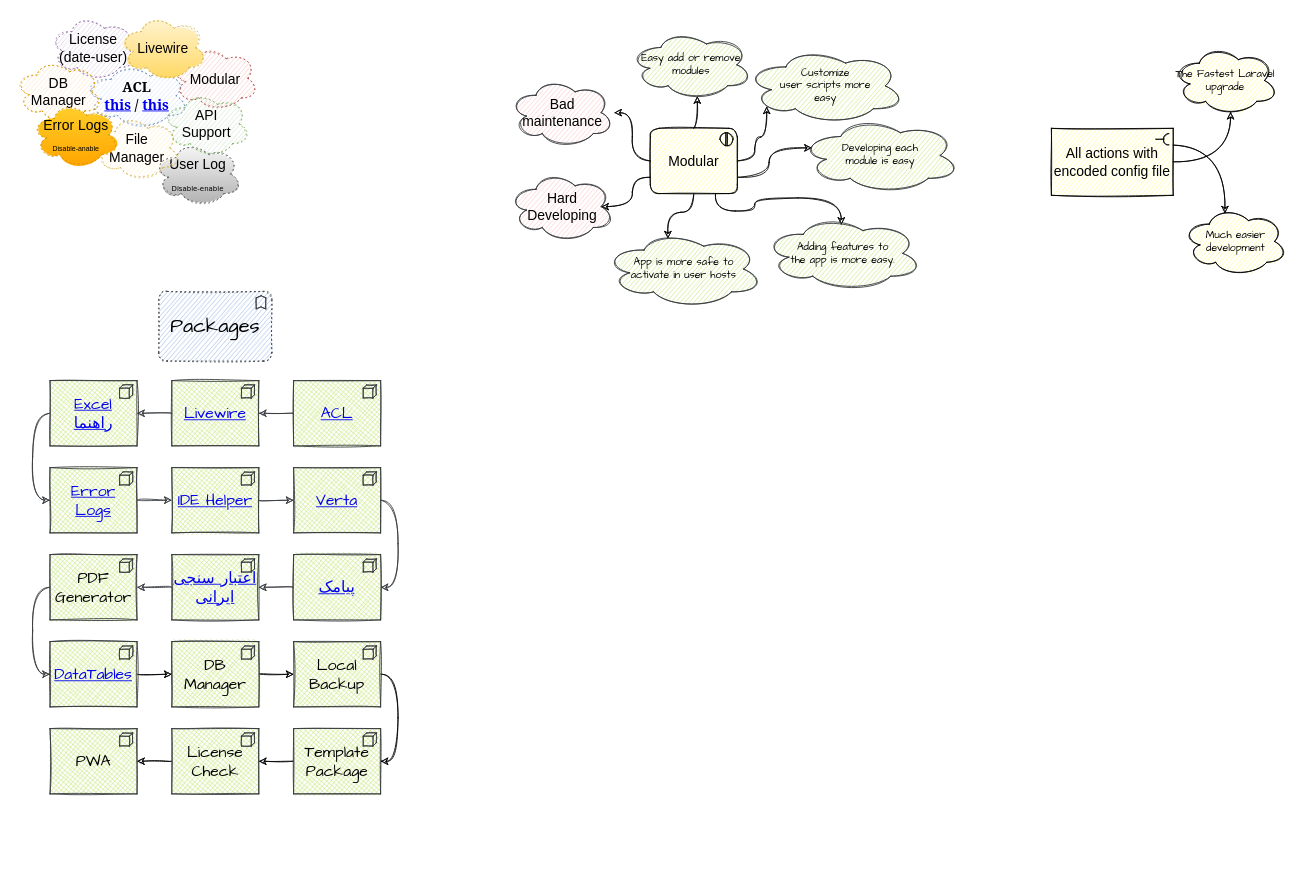
Above: page "New App Requirments" (1 of 3) of FishHoghoghy.drawio in masoodvahid/flowcharts (draw.io), before the change. Source tidied: cells renumbered, new cells numbered last; positions are measured from the earlier drawing's top-left corner, leaving out a move shared by most shapes. Both pictures are drawn from the tidied source at 87%, with x=0, y=0 at pixel (15, 15).
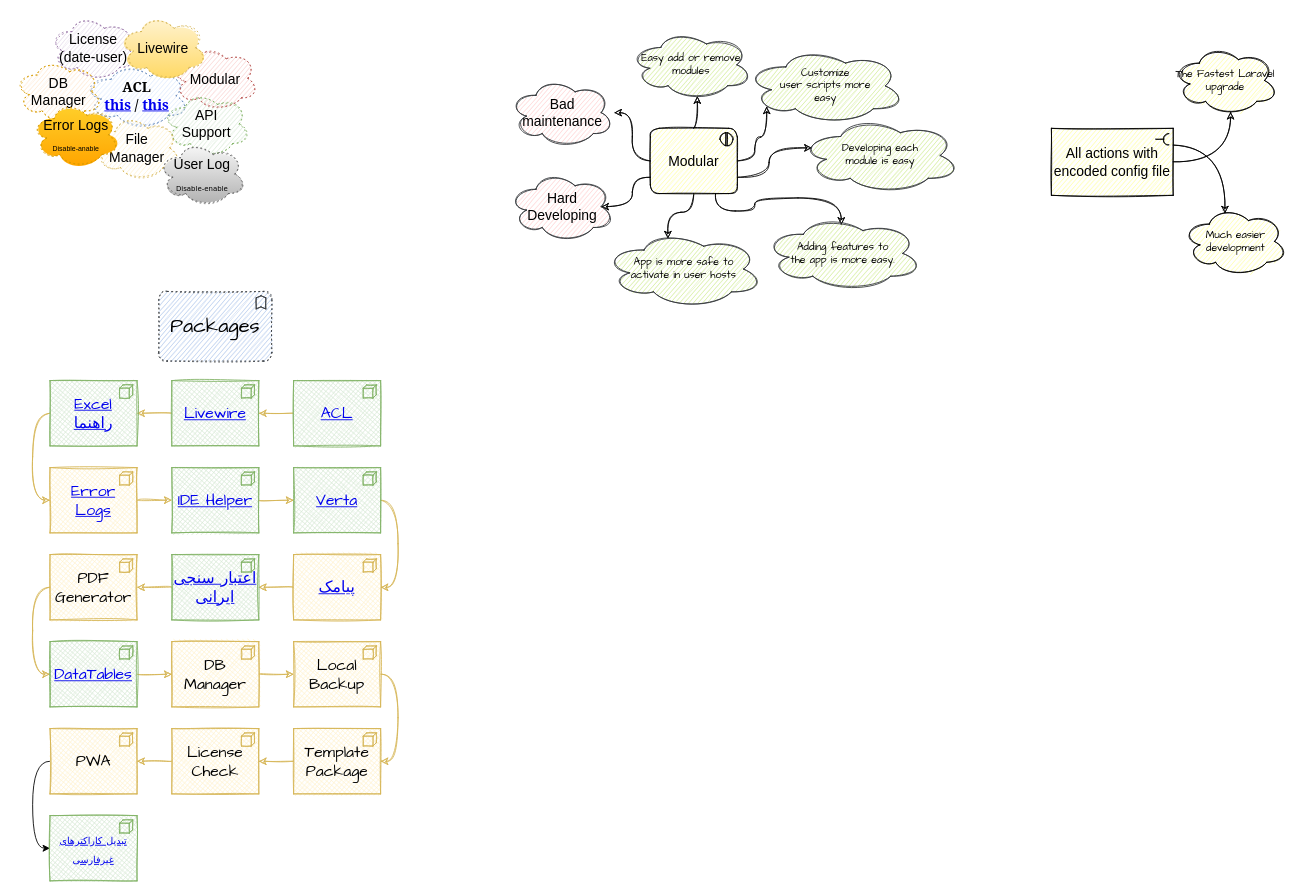
After the change.

Diff of the diagram source:
```diff
@@
-    <mxCell id="5" value="User Log&lt;sub&gt;&lt;font face=&quot;Verdana&quot;&gt; &lt;/font&gt;&lt;/sub&gt;&lt;font style=&quot;font-size: 8px&quot; face=&quot;Verdana&quot;&gt;&lt;sub&gt;&lt;font style=&quot;font-size: 8px&quot;&gt;Disable-enable&lt;/font&gt;&lt;/sub&gt;&lt;/font&gt;" style="fillColor=#f5f5f5;whiteSpace=wrap;shape=cloud;html=1;strokeColor=#666666;fontSize=16;gradientColor=#b3b3b3;sketch=1;dashed=1;dashPattern=1 4;" parent="1" vertex="1">
-      <mxGeometry x="160" y="145" width="100" height="75" as="geometry" />
-    </mxCell>
@@
-    <mxCell id="31" style="edgeStyle=orthogonalEdgeStyle;curved=1;sketch=1;jettySize=auto;html=1;fontFamily=Comic Sans MS;fontSize=18;fillColor=#cdeb8b;strokeColor=#36393d;" parent="1" edge="1" source="32" target="34">
+    <mxCell id="31" style="edgeStyle=orthogonalEdgeStyle;curved=1;sketch=1;jettySize=auto;html=1;fontFamily=Comic Sans MS;fontSize=18;fillColor=#fff2cc;strokeColor=#d6b656;" parent="1" edge="1" source="32" target="34">
       <mxGeometry relative="1" as="geometry" />
     </mxCell>
-    <mxCell id="32" value="&lt;a href=&quot;https://github.com/spatie/laravel-permission&quot;&gt;ACL&lt;/a&gt;" style="html=1;outlineConnect=0;whiteSpace=wrap;shape=mxgraph.archimate.application;appType=node;sketch=1;fontFamily=Comic Sans MS;fontSize=18;labelBorderColor=none;fillStyle=cross-hatch;fillColor=#cdeb8b;strokeColor=#36393d;" parent="1" vertex="1">
+    <mxCell id="32" value="&lt;a href=&quot;https://github.com/spatie/laravel-permission&quot;&gt;ACL&lt;/a&gt;" style="html=1;outlineConnect=0;whiteSpace=wrap;shape=mxgraph.archimate.application;appType=node;sketch=1;fontFamily=Comic Sans MS;fontSize=18;labelBorderColor=none;fillStyle=cross-hatch;fillColor=#d5e8d4;strokeColor=#82b366;" parent="1" vertex="1">
       <mxGeometry x="320" y="420" width="100" height="75" as="geometry" />
     </mxCell>
-    <mxCell id="33" style="edgeStyle=orthogonalEdgeStyle;curved=1;sketch=1;jettySize=auto;html=1;fontFamily=Comic Sans MS;fontSize=18;fillColor=#cdeb8b;strokeColor=#36393d;" parent="1" edge="1" source="34" target="38">
+    <mxCell id="33" style="edgeStyle=orthogonalEdgeStyle;curved=1;sketch=1;jettySize=auto;html=1;fontFamily=Comic Sans MS;fontSize=18;fillColor=#fff2cc;strokeColor=#d6b656;" parent="1" edge="1" source="34" target="38">
       <mxGeometry relative="1" as="geometry" />
     </mxCell>
-    <mxCell id="34" value="&lt;a href=&quot;https://github.com/livewire/livewire&quot;&gt;Livewire&lt;/a&gt;" style="html=1;outlineConnect=0;whiteSpace=wrap;shape=mxgraph.archimate.application;appType=node;sketch=1;fontFamily=Comic Sans MS;fontSize=18;labelBorderColor=none;fillStyle=cross-hatch;fillColor=#cdeb8b;strokeColor=#36393d;" parent="1" vertex="1">
+    <mxCell id="34" value="&lt;a href=&quot;https://github.com/livewire/livewire&quot;&gt;Livewire&lt;/a&gt;" style="html=1;outlineConnect=0;whiteSpace=wrap;shape=mxgraph.archimate.application;appType=node;sketch=1;fontFamily=Comic Sans MS;fontSize=18;labelBorderColor=none;fillStyle=cross-hatch;fillColor=#d5e8d4;strokeColor=#82b366;" parent="1" vertex="1">
       <mxGeometry x="180" y="420" width="100" height="75" as="geometry" />
     </mxCell>
-    <mxCell id="35" style="edgeStyle=orthogonalEdgeStyle;curved=1;sketch=1;jettySize=auto;html=1;fontFamily=Comic Sans MS;fontSize=18;fillColor=#cdeb8b;strokeColor=#36393d;" parent="1" edge="1" source="36" target="40">
+    <mxCell id="35" style="edgeStyle=orthogonalEdgeStyle;curved=1;sketch=1;jettySize=auto;html=1;fontFamily=Comic Sans MS;fontSize=18;fillColor=#fff2cc;strokeColor=#d6b656;" parent="1" edge="1" source="36" target="40">
       <mxGeometry relative="1" as="geometry" />
     </mxCell>
-    <mxCell id="36" value="&lt;a href=&quot;https://laravelarticle.com/laravel-log-reader&quot;&gt;Error Logs&lt;/a&gt;" style="html=1;outlineConnect=0;whiteSpace=wrap;shape=mxgraph.archimate.application;appType=node;sketch=1;fontFamily=Comic Sans MS;fontSize=18;labelBorderColor=none;fillStyle=cross-hatch;fillColor=#cdeb8b;strokeColor=#36393d;" parent="1" vertex="1">
+    <mxCell id="36" value="&lt;a href=&quot;https://laravelarticle.com/laravel-log-reader&quot;&gt;Error Logs&lt;/a&gt;" style="html=1;outlineConnect=0;whiteSpace=wrap;shape=mxgraph.archimate.application;appType=node;sketch=1;fontFamily=Comic Sans MS;fontSize=18;labelBorderColor=none;fillStyle=cross-hatch;fillColor=#fff2cc;strokeColor=#d6b656;" parent="1" vertex="1">
       <mxGeometry x="40" y="520" width="100" height="75" as="geometry" />
     </mxCell>
-    <mxCell id="37" style="edgeStyle=orthogonalEdgeStyle;curved=1;sketch=1;jettySize=auto;html=1;exitX=0;exitY=0.5;exitDx=0;exitDy=0;exitPerimeter=0;entryX=0;entryY=0.5;entryDx=0;entryDy=0;entryPerimeter=0;fontFamily=Comic Sans MS;fontSize=18;fillColor=#cdeb8b;strokeColor=#36393d;" parent="1" edge="1" source="38" target="36">
+    <mxCell id="37" style="edgeStyle=orthogonalEdgeStyle;curved=1;sketch=1;jettySize=auto;html=1;exitX=0;exitY=0.5;exitDx=0;exitDy=0;exitPerimeter=0;entryX=0;entryY=0.5;entryDx=0;entryDy=0;entryPerimeter=0;fontFamily=Comic Sans MS;fontSize=18;fillColor=#fff2cc;strokeColor=#d6b656;" parent="1" edge="1" source="38" target="36">
       <mxGeometry relative="1" as="geometry" />
     </mxCell>
-    <mxCell id="38" value="&lt;a href=&quot;https://github.com/Maatwebsite/Laravel-Excel&quot;&gt;Excel&lt;br&gt;&lt;/a&gt;&lt;a href=&quot;https://7learn.com/programming/import-and-export-excel-and-csv-in-laravel&quot;&gt;راهنما&lt;/a&gt;&lt;br&gt;&lt;a href=&quot;https://github.com/Maatwebsite/Laravel-Excel&quot;&gt;&lt;/a&gt;" style="html=1;outlineConnect=0;whiteSpace=wrap;shape=mxgraph.archimate.application;appType=node;sketch=1;fontFamily=Comic Sans MS;fontSize=18;labelBorderColor=none;fillStyle=cross-hatch;fillColor=#cdeb8b;strokeColor=#36393d;" parent="1" vertex="1">
+    <mxCell id="38" value="&lt;a href=&quot;https://github.com/Maatwebsite/Laravel-Excel&quot;&gt;Excel&lt;br&gt;&lt;/a&gt;&lt;a href=&quot;https://7learn.com/programming/import-and-export-excel-and-csv-in-laravel&quot;&gt;راهنما&lt;/a&gt;&lt;br&gt;&lt;a href=&quot;https://github.com/Maatwebsite/Laravel-Excel&quot;&gt;&lt;/a&gt;" style="html=1;outlineConnect=0;whiteSpace=wrap;shape=mxgraph.archimate.application;appType=node;sketch=1;fontFamily=Comic Sans MS;fontSize=18;labelBorderColor=none;fillStyle=cross-hatch;fillColor=#d5e8d4;strokeColor=#82b366;" parent="1" vertex="1">
       <mxGeometry x="40" y="420" width="100" height="75" as="geometry" />
     </mxCell>
-    <mxCell id="39" style="edgeStyle=orthogonalEdgeStyle;curved=1;sketch=1;jettySize=auto;html=1;fontFamily=Comic Sans MS;fontSize=18;fillColor=#cdeb8b;strokeColor=#36393d;" parent="1" edge="1" source="40" target="42">
+    <mxCell id="39" style="edgeStyle=orthogonalEdgeStyle;curved=1;sketch=1;jettySize=auto;html=1;fontFamily=Comic Sans MS;fontSize=18;fillColor=#fff2cc;strokeColor=#d6b656;" parent="1" edge="1" source="40" target="42">
       <mxGeometry relative="1" as="geometry" />
     </mxCell>
-    <mxCell id="40" value="&lt;a href=&quot;https://github.com/barryvdh/laravel-ide-helper&quot;&gt;IDE Helper&lt;/a&gt;" style="html=1;outlineConnect=0;whiteSpace=wrap;shape=mxgraph.archimate.application;appType=node;sketch=1;fontFamily=Comic Sans MS;fontSize=18;labelBorderColor=none;fillStyle=cross-hatch;fillColor=#cdeb8b;strokeColor=#36393d;" parent="1" vertex="1">
+    <mxCell id="40" value="&lt;a href=&quot;https://github.com/barryvdh/laravel-ide-helper&quot;&gt;IDE Helper&lt;/a&gt;" style="html=1;outlineConnect=0;whiteSpace=wrap;shape=mxgraph.archimate.application;appType=node;sketch=1;fontFamily=Comic Sans MS;fontSize=18;labelBorderColor=none;fillStyle=cross-hatch;fillColor=#d5e8d4;strokeColor=#82b366;" parent="1" vertex="1">
       <mxGeometry x="180" y="520" width="100" height="75" as="geometry" />
     </mxCell>
-    <mxCell id="41" style="edgeStyle=orthogonalEdgeStyle;curved=1;sketch=1;jettySize=auto;html=1;exitX=1;exitY=0.5;exitDx=0;exitDy=0;exitPerimeter=0;entryX=1;entryY=0.5;entryDx=0;entryDy=0;entryPerimeter=0;fontFamily=Comic Sans MS;fontSize=18;fillColor=#cdeb8b;strokeColor=#36393d;" parent="1" edge="1" source="42" target="44">
+    <mxCell id="41" style="edgeStyle=orthogonalEdgeStyle;curved=1;sketch=1;jettySize=auto;html=1;exitX=1;exitY=0.5;exitDx=0;exitDy=0;exitPerimeter=0;entryX=1;entryY=0.5;entryDx=0;entryDy=0;entryPerimeter=0;fontFamily=Comic Sans MS;fontSize=18;fillColor=#fff2cc;strokeColor=#d6b656;" parent="1" edge="1" source="42" target="44">
       <mxGeometry relative="1" as="geometry" />
     </mxCell>
-    <mxCell id="42" value="&lt;a href=&quot;https://github.com/hekmatinasser/verta&quot;&gt;Verta&lt;/a&gt;" style="html=1;outlineConnect=0;whiteSpace=wrap;shape=mxgraph.archimate.application;appType=node;sketch=1;fontFamily=Comic Sans MS;fontSize=18;labelBorderColor=none;fillStyle=cross-hatch;fillColor=#cdeb8b;strokeColor=#36393d;" parent="1" vertex="1">
+    <mxCell id="42" value="&lt;a href=&quot;https://github.com/hekmatinasser/verta&quot;&gt;Verta&lt;/a&gt;" style="html=1;outlineConnect=0;whiteSpace=wrap;shape=mxgraph.archimate.application;appType=node;sketch=1;fontFamily=Comic Sans MS;fontSize=18;labelBorderColor=none;fillStyle=cross-hatch;fillColor=#d5e8d4;strokeColor=#82b366;" parent="1" vertex="1">
       <mxGeometry x="320" y="520" width="100" height="75" as="geometry" />
     </mxCell>
-    <mxCell id="43" style="edgeStyle=orthogonalEdgeStyle;curved=1;sketch=1;jettySize=auto;html=1;fontFamily=Comic Sans MS;fontSize=18;fillColor=#cdeb8b;strokeColor=#36393d;" parent="1" edge="1" source="44" target="46">
+    <mxCell id="43" style="edgeStyle=orthogonalEdgeStyle;curved=1;sketch=1;jettySize=auto;html=1;fontFamily=Comic Sans MS;fontSize=18;fillColor=#fff2cc;strokeColor=#d6b656;" parent="1" edge="1" source="44" target="46">
       <mxGeometry relative="1" as="geometry" />
     </mxCell>
-    <mxCell id="44" value="&lt;a href=&quot;https://raygansms.com/blog/post/266/%D9%86%D9%85%D9%88%D9%86%D9%87-%DA%A9%D8%AF-%D8%A7%D8%B1%D8%B3%D8%A7%D9%84-%D9%BE%DB%8C%D8%A7%D9%85%DA%A9-%D8%A8%D8%A7-laravel-(%D9%88%DB%8C%D8%AF%DB%8C%D9%88)&quot;&gt;پیامک&lt;/a&gt;" style="html=1;outlineConnect=0;whiteSpace=wrap;shape=mxgraph.archimate.application;appType=node;sketch=1;fontFamily=Comic Sans MS;fontSize=18;labelBorderColor=none;fillStyle=cross-hatch;fillColor=#cdeb8b;strokeColor=#36393d;" parent="1" vertex="1">
+    <mxCell id="44" value="&lt;a href=&quot;https://raygansms.com/blog/post/266/%D9%86%D9%85%D9%88%D9%86%D9%87-%DA%A9%D8%AF-%D8%A7%D8%B1%D8%B3%D8%A7%D9%84-%D9%BE%DB%8C%D8%A7%D9%85%DA%A9-%D8%A8%D8%A7-laravel-(%D9%88%DB%8C%D8%AF%DB%8C%D9%88)&quot;&gt;پیامک&lt;/a&gt;" style="html=1;outlineConnect=0;whiteSpace=wrap;shape=mxgraph.archimate.application;appType=node;sketch=1;fontFamily=Comic Sans MS;fontSize=18;labelBorderColor=none;fillStyle=cross-hatch;fillColor=#fff2cc;strokeColor=#d6b656;" parent="1" vertex="1">
       <mxGeometry x="320" y="620" width="100" height="75" as="geometry" />
     </mxCell>
-    <mxCell id="45" style="edgeStyle=orthogonalEdgeStyle;curved=1;sketch=1;jettySize=auto;html=1;fontFamily=Comic Sans MS;fontSize=18;fillColor=#cdeb8b;strokeColor=#36393d;" parent="1" edge="1" source="46" target="48">
+    <mxCell id="45" style="edgeStyle=orthogonalEdgeStyle;curved=1;sketch=1;jettySize=auto;html=1;fontFamily=Comic Sans MS;fontSize=18;fillColor=#fff2cc;strokeColor=#d6b656;" parent="1" edge="1" source="46" target="48">
       <mxGeometry relative="1" as="geometry" />
     </mxCell>
-    <mxCell id="46" value="&lt;a href=&quot;http://anetwork.github.io/validation/&quot;&gt;اعتبار سنجی ایرانی&lt;/a&gt;" style="html=1;outlineConnect=0;whiteSpace=wrap;shape=mxgraph.archimate.application;appType=node;sketch=1;fontFamily=Comic Sans MS;fontSize=18;labelBorderColor=none;fillStyle=cross-hatch;fillColor=#cdeb8b;strokeColor=#36393d;" parent="1" vertex="1">
+    <mxCell id="46" value="&lt;a href=&quot;http://anetwork.github.io/validation/&quot;&gt;اعتبار سنجی ایرانی&lt;/a&gt;" style="html=1;outlineConnect=0;whiteSpace=wrap;shape=mxgraph.archimate.application;appType=node;sketch=1;fontFamily=Comic Sans MS;fontSize=18;labelBorderColor=none;fillStyle=cross-hatch;fillColor=#d5e8d4;strokeColor=#82b366;" parent="1" vertex="1">
       <mxGeometry x="180" y="620" width="100" height="75" as="geometry" />
     </mxCell>
-    <mxCell id="47" style="edgeStyle=orthogonalEdgeStyle;curved=1;sketch=1;jettySize=auto;html=1;exitX=0;exitY=0.5;exitDx=0;exitDy=0;exitPerimeter=0;entryX=0;entryY=0.5;entryDx=0;entryDy=0;entryPerimeter=0;fontFamily=Comic Sans MS;fontSize=18;fillColor=#cdeb8b;strokeColor=#36393d;" parent="1" edge="1" source="48" target="50">
+    <mxCell id="47" style="edgeStyle=orthogonalEdgeStyle;curved=1;sketch=1;jettySize=auto;html=1;exitX=0;exitY=0.5;exitDx=0;exitDy=0;exitPerimeter=0;entryX=0;entryY=0.5;entryDx=0;entryDy=0;entryPerimeter=0;fontFamily=Comic Sans MS;fontSize=18;fillColor=#fff2cc;strokeColor=#d6b656;" parent="1" edge="1" source="48" target="50">
       <mxGeometry relative="1" as="geometry" />
     </mxCell>
-    <mxCell id="48" value="PDF Generator" style="html=1;outlineConnect=0;whiteSpace=wrap;shape=mxgraph.archimate.application;appType=node;sketch=1;fontFamily=Comic Sans MS;fontSize=18;labelBorderColor=none;fillStyle=cross-hatch;fillColor=#cdeb8b;strokeColor=#36393d;" parent="1" vertex="1">
+    <mxCell id="48" value="PDF Generator" style="html=1;outlineConnect=0;whiteSpace=wrap;shape=mxgraph.archimate.application;appType=node;sketch=1;fontFamily=Comic Sans MS;fontSize=18;labelBorderColor=none;fillStyle=cross-hatch;fillColor=#fff2cc;strokeColor=#d6b656;" parent="1" vertex="1">
       <mxGeometry x="40" y="620" width="100" height="75" as="geometry" />
     </mxCell>
-    <mxCell id="49" style="edgeStyle=orthogonalEdgeStyle;jettySize=auto;html=1;curved=1;sketch=1;" parent="1" edge="1" source="50" target="57">
+    <mxCell id="49" style="edgeStyle=orthogonalEdgeStyle;jettySize=auto;html=1;curved=1;sketch=1;fillColor=#fff2cc;strokeColor=#d6b656;" parent="1" edge="1" source="50" target="57">
       <mxGeometry relative="1" as="geometry" />
     </mxCell>
-    <mxCell id="50" value="&lt;a href=&quot;https://github.com/yajra/laravel-datatables&quot;&gt;DataTables&lt;/a&gt;" style="html=1;outlineConnect=0;whiteSpace=wrap;shape=mxgraph.archimate.application;appType=node;sketch=1;fontFamily=Comic Sans MS;fontSize=18;labelBorderColor=none;fillStyle=cross-hatch;fillColor=#cdeb8b;strokeColor=#36393d;" parent="1" vertex="1">
+    <mxCell id="50" value="&lt;a href=&quot;https://github.com/yajra/laravel-datatables&quot;&gt;DataTables&lt;/a&gt;" style="html=1;outlineConnect=0;whiteSpace=wrap;shape=mxgraph.archimate.application;appType=node;sketch=1;fontFamily=Comic Sans MS;fontSize=18;labelBorderColor=none;fillStyle=cross-hatch;fillColor=#d5e8d4;strokeColor=#82b366;" parent="1" vertex="1">
       <mxGeometry x="40" y="720" width="100" height="75" as="geometry" />
     </mxCell>
@@
-    <mxCell id="52" style="edgeStyle=orthogonalEdgeStyle;rounded=0;jettySize=auto;html=1;sketch=1;" parent="1" edge="1" source="53" target="55">
+    <mxCell id="52" style="edgeStyle=orthogonalEdgeStyle;rounded=0;jettySize=auto;html=1;sketch=1;fillColor=#fff2cc;strokeColor=#d6b656;" parent="1" edge="1" source="53" target="55">
       <mxGeometry relative="1" as="geometry" />
     </mxCell>
-    <mxCell id="53" value="Template Package" style="html=1;outlineConnect=0;whiteSpace=wrap;shape=mxgraph.archimate.application;appType=node;sketch=1;fontFamily=Comic Sans MS;fontSize=18;labelBorderColor=none;fillStyle=cross-hatch;fillColor=#cdeb8b;strokeColor=#36393d;" parent="1" vertex="1">
+    <mxCell id="53" value="Template Package" style="html=1;outlineConnect=0;whiteSpace=wrap;shape=mxgraph.archimate.application;appType=node;sketch=1;fontFamily=Comic Sans MS;fontSize=18;labelBorderColor=none;fillStyle=cross-hatch;fillColor=#fff2cc;strokeColor=#d6b656;" parent="1" vertex="1">
       <mxGeometry x="320" y="820" width="100" height="75" as="geometry" />
     </mxCell>
-    <mxCell id="54" style="edgeStyle=orthogonalEdgeStyle;curved=1;sketch=1;jettySize=auto;html=1;" parent="1" edge="1" source="55" target="60">
+    <mxCell id="54" style="edgeStyle=orthogonalEdgeStyle;curved=1;sketch=1;jettySize=auto;html=1;fillColor=#fff2cc;strokeColor=#d6b656;" parent="1" edge="1" source="55" target="60">
       <mxGeometry relative="1" as="geometry" />
     </mxCell>
-    <mxCell id="55" value="License Check" style="html=1;outlineConnect=0;whiteSpace=wrap;shape=mxgraph.archimate.application;appType=node;sketch=1;fontFamily=Comic Sans MS;fontSize=18;labelBorderColor=none;fillStyle=cross-hatch;fillColor=#cdeb8b;strokeColor=#36393d;" parent="1" vertex="1">
+    <mxCell id="55" value="License Check" style="html=1;outlineConnect=0;whiteSpace=wrap;shape=mxgraph.archimate.application;appType=node;sketch=1;fontFamily=Comic Sans MS;fontSize=18;labelBorderColor=none;fillStyle=cross-hatch;fillColor=#fff2cc;strokeColor=#d6b656;" parent="1" vertex="1">
       <mxGeometry x="180" y="820" width="100" height="75" as="geometry" />
     </mxCell>
-    <mxCell id="56" style="edgeStyle=orthogonalEdgeStyle;jettySize=auto;html=1;curved=1;sketch=1;" parent="1" edge="1" source="57" target="59">
+    <mxCell id="56" style="edgeStyle=orthogonalEdgeStyle;jettySize=auto;html=1;curved=1;sketch=1;fillColor=#fff2cc;strokeColor=#d6b656;" parent="1" edge="1" source="57" target="59">
       <mxGeometry relative="1" as="geometry" />
     </mxCell>
-    <mxCell id="57" value="DB Manager" style="html=1;outlineConnect=0;whiteSpace=wrap;shape=mxgraph.archimate.application;appType=node;sketch=1;fontFamily=Comic Sans MS;fontSize=18;labelBorderColor=none;fillStyle=cross-hatch;fillColor=#cdeb8b;strokeColor=#36393d;" parent="1" vertex="1">
+    <mxCell id="57" value="DB Manager" style="html=1;outlineConnect=0;whiteSpace=wrap;shape=mxgraph.archimate.application;appType=node;sketch=1;fontFamily=Comic Sans MS;fontSize=18;labelBorderColor=none;fillStyle=cross-hatch;fillColor=#fff2cc;strokeColor=#d6b656;" parent="1" vertex="1">
       <mxGeometry x="180" y="720" width="100" height="75" as="geometry" />
     </mxCell>
-    <mxCell id="58" style="edgeStyle=orthogonalEdgeStyle;curved=1;sketch=1;jettySize=auto;html=1;exitX=1;exitY=0.5;exitDx=0;exitDy=0;exitPerimeter=0;entryX=1;entryY=0.5;entryDx=0;entryDy=0;entryPerimeter=0;" parent="1" edge="1" source="59" target="53">
+    <mxCell id="58" style="edgeStyle=orthogonalEdgeStyle;curved=1;sketch=1;jettySize=auto;html=1;exitX=1;exitY=0.5;exitDx=0;exitDy=0;exitPerimeter=0;entryX=1;entryY=0.5;entryDx=0;entryDy=0;entryPerimeter=0;fillColor=#fff2cc;strokeColor=#d6b656;" parent="1" edge="1" source="59" target="53">
       <mxGeometry relative="1" as="geometry" />
     </mxCell>
-    <mxCell id="59" value="&lt;div&gt;Local Backup&lt;/div&gt;" style="html=1;outlineConnect=0;whiteSpace=wrap;shape=mxgraph.archimate.application;appType=node;sketch=1;fontFamily=Comic Sans MS;fontSize=18;labelBorderColor=none;fillStyle=cross-hatch;fillColor=#cdeb8b;strokeColor=#36393d;" parent="1" vertex="1">
+    <mxCell id="59" value="&lt;div&gt;Local Backup&lt;/div&gt;" style="html=1;outlineConnect=0;whiteSpace=wrap;shape=mxgraph.archimate.application;appType=node;sketch=1;fontFamily=Comic Sans MS;fontSize=18;labelBorderColor=none;fillStyle=cross-hatch;fillColor=#fff2cc;strokeColor=#d6b656;" parent="1" vertex="1">
       <mxGeometry x="320" y="720" width="100" height="75" as="geometry" />
     </mxCell>
+    <mxCell id="61" style="edgeStyle=orthogonalEdgeStyle;jettySize=auto;html=1;exitX=0;exitY=0.5;exitDx=0;exitDy=0;exitPerimeter=0;entryX=0;entryY=0.5;entryDx=0;entryDy=0;entryPerimeter=0;curved=1;" parent="1" edge="1" source="60" target="62">
+      <mxGeometry relative="1" as="geometry" />
+    </mxCell>
-    <mxCell id="60" value="PWA" style="html=1;outlineConnect=0;whiteSpace=wrap;shape=mxgraph.archimate.application;appType=node;sketch=1;fontFamily=Comic Sans MS;fontSize=18;labelBorderColor=none;fillStyle=cross-hatch;fillColor=#cdeb8b;strokeColor=#36393d;" parent="1" vertex="1">
+    <mxCell id="60" value="PWA" style="html=1;outlineConnect=0;whiteSpace=wrap;shape=mxgraph.archimate.application;appType=node;sketch=1;fontFamily=Comic Sans MS;fontSize=18;labelBorderColor=none;fillStyle=cross-hatch;fillColor=#fff2cc;strokeColor=#d6b656;" parent="1" vertex="1">
       <mxGeometry x="40" y="820" width="100" height="75" as="geometry" />
     </mxCell>
+    <mxCell id="5" value="User Log&lt;sub&gt;&lt;font face=&quot;Verdana&quot;&gt; &lt;/font&gt;&lt;/sub&gt;&lt;font style=&quot;font-size: 8px&quot; face=&quot;Verdana&quot;&gt;&lt;sub&gt;&lt;font style=&quot;font-size: 8px&quot;&gt;Disable-enable&lt;/font&gt;&lt;/sub&gt;&lt;/font&gt;" style="fillColor=#f5f5f5;whiteSpace=wrap;shape=cloud;html=1;strokeColor=#666666;fontSize=16;gradientColor=#b3b3b3;sketch=1;dashed=1;dashPattern=1 4;" parent="1" vertex="1">
+      <mxGeometry x="165" y="145" width="100" height="75" as="geometry" />
+    </mxCell>
+    <mxCell id="62" value="&lt;a href=&quot;https://github.com/masoodvahid/persianalize&quot;&gt;&lt;font style=&quot;font-size: 11px&quot;&gt;تبدیل کاراکترهای غیرفارسی&lt;/font&gt;&lt;/a&gt;" style="html=1;outlineConnect=0;whiteSpace=wrap;shape=mxgraph.archimate.application;appType=node;sketch=1;fontFamily=Comic Sans MS;fontSize=18;labelBorderColor=none;fillStyle=cross-hatch;fillColor=#d5e8d4;strokeColor=#82b366;" parent="1" vertex="1">
+      <mxGeometry x="40" y="920" width="100" height="75" as="geometry" />
+    </mxCell>
```
